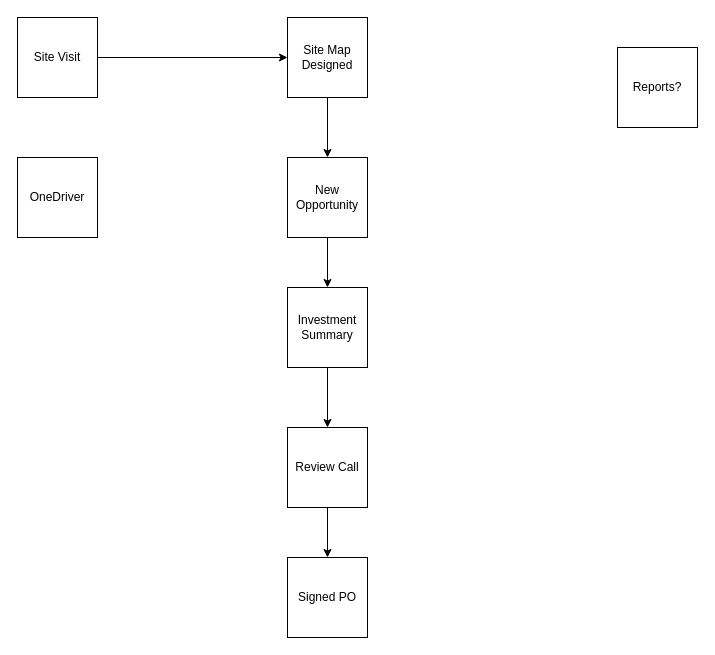
This is page "Proposals" (2 of 5) of projects/Untitled Diagram.drawio from RobertChumley/RobertChumley.github.io, a draw.io file, before an edit. Source tidied: cells renumbered, new cells numbered last; positions are measured from the earlier drawing's top-left corner, leaving out a move shared by most shapes. Both pictures are drawn from the tidied source at 100%, with x=0, y=0 at pixel (17, 17).
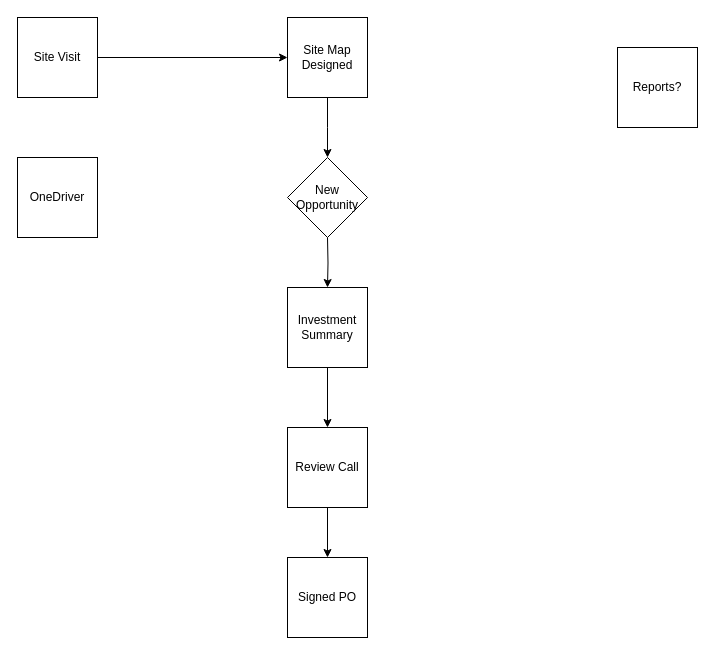
Above is the later version.

Diff of the diagram source:
```diff
@@
 <mxGraphModel>
   <root>
     <mxCell id="0" />
     <mxCell id="1" parent="0" />
     <mxCell id="2" style="edgeStyle=orthogonalEdgeStyle;rounded=0;jettySize=auto;html=1;entryX=0;entryY=0.5;entryDx=0;entryDy=0;" parent="1" edge="1" source="3" target="9">
       <mxGeometry relative="1" as="geometry" />
     </mxCell>
     <mxCell id="3" value="Site Visit" style="whiteSpace=wrap;html=1;" parent="1" vertex="1">
       <mxGeometry width="80" height="80" as="geometry" />
     </mxCell>
-    <mxCell id="4" style="edgeStyle=orthogonalEdgeStyle;rounded=0;jettySize=auto;html=1;exitX=0.5;exitY=1;exitDx=0;exitDy=0;entryX=0.5;entryY=0;entryDx=0;entryDy=0;" parent="1" edge="1" source="5" target="7">
-      <mxGeometry relative="1" as="geometry" />
+    <mxCell id="4" style="edgeStyle=orthogonalEdgeStyle;rounded=0;jettySize=auto;html=1;exitX=0.5;exitY=1;exitDx=0;exitDy=0;entryX=0.5;entryY=0;entryDx=0;entryDy=0;" parent="1" edge="1" target="7">
+      <mxGeometry relative="1" as="geometry">
+        <mxPoint x="310" y="220" as="sourcePoint" />
+      </mxGeometry>
     </mxCell>
-    <mxCell id="5" value="New Opportunity" style="whiteSpace=wrap;html=1;" parent="1" vertex="1">
-      <mxGeometry x="270" y="140" width="80" height="80" as="geometry" />
-    </mxCell>
     <mxCell id="6" style="edgeStyle=orthogonalEdgeStyle;rounded=0;jettySize=auto;html=1;" parent="1" edge="1" source="7" target="13">
       <mxGeometry relative="1" as="geometry" />
     </mxCell>
     <mxCell id="7" value="Investment Summary" style="whiteSpace=wrap;html=1;" parent="1" vertex="1">
       <mxGeometry x="270" y="270" width="80" height="80" as="geometry" />
     </mxCell>
-    <mxCell id="8" style="edgeStyle=orthogonalEdgeStyle;rounded=0;jettySize=auto;html=1;" parent="1" edge="1" source="9" target="5">
-      <mxGeometry relative="1" as="geometry" />
+    <mxCell id="8" style="edgeStyle=orthogonalEdgeStyle;rounded=0;jettySize=auto;html=1;" parent="1" edge="1" source="9">
+      <mxGeometry relative="1" as="geometry">
+        <mxPoint x="310" y="140" as="targetPoint" />
+      </mxGeometry>
     </mxCell>
     <mxCell id="9" value="Site Map Designed" style="whiteSpace=wrap;html=1;" parent="1" vertex="1">
       <mxGeometry x="270" width="80" height="80" as="geometry" />
     </mxCell>
     <mxCell id="10" value="OneDriver" style="whiteSpace=wrap;html=1;" parent="1" vertex="1">
       <mxGeometry y="140" width="80" height="80" as="geometry" />
     </mxCell>
     <mxCell id="11" value="Reports?" style="whiteSpace=wrap;html=1;" parent="1" vertex="1">
       <mxGeometry x="600" y="30" width="80" height="80" as="geometry" />
     </mxCell>
     <mxCell id="12" style="edgeStyle=orthogonalEdgeStyle;rounded=0;jettySize=auto;html=1;" parent="1" edge="1" source="13" target="14">
       <mxGeometry relative="1" as="geometry" />
     </mxCell>
     <mxCell id="13" value="Review Call" style="whiteSpace=wrap;html=1;" parent="1" vertex="1">
       <mxGeometry x="270" y="410" width="80" height="80" as="geometry" />
     </mxCell>
     <mxCell id="14" value="Signed PO" style="whiteSpace=wrap;html=1;" parent="1" vertex="1">
       <mxGeometry x="270" y="540" width="80" height="80" as="geometry" />
     </mxCell>
+    <mxCell id="5" value="New Opportunity" style="rhombus;whiteSpace=wrap;html=1;" parent="1" vertex="1">
+      <mxGeometry x="270" y="140" width="80" height="80" as="geometry" />
+    </mxCell>
   </root>
 </mxGraphModel>
```
